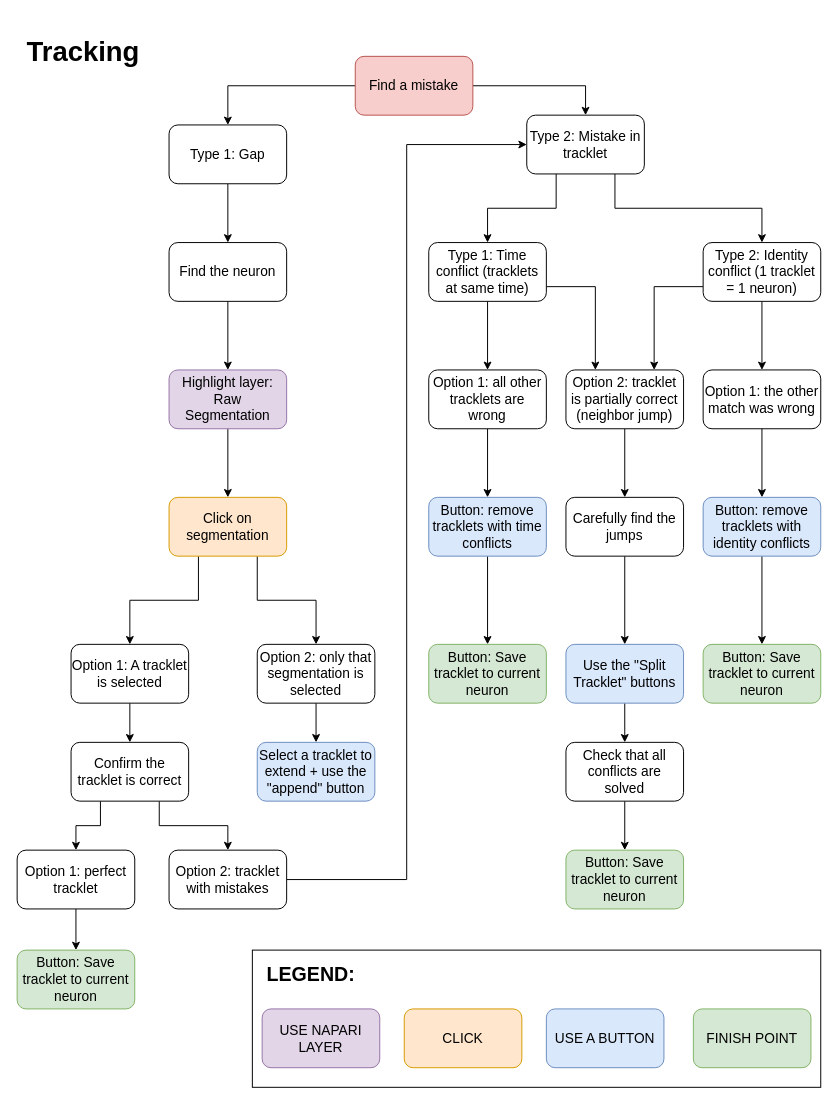
The draw.io diagram page "Tracking_workflow" (2 of 2) of DLC_for_WBFM/gui/workflow_diagrams.drawio in ch9nuk9/wbfm, before the edit. Source tidied: cells renumbered, new cells numbered last; positions are measured from the earlier drawing's top-left corner, leaving out a move shared by most shapes. Both pictures are drawn from the tidied source at 98%, with x=0, y=0 at pixel (17, 26).
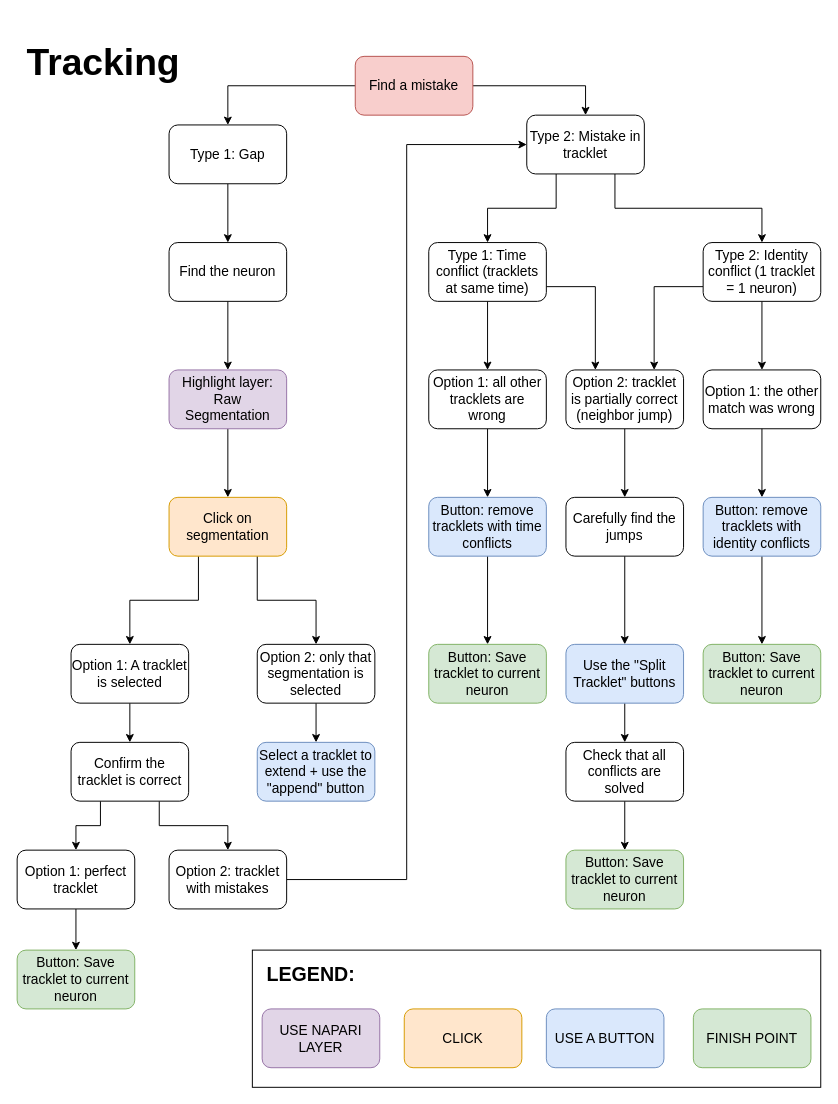
The same page after the edit.

What changed in the source:
```diff
@@
-    <mxCell id="61" value="&lt;h1&gt;Tracking&lt;/h1&gt;" style="text;html=1;strokeColor=none;fillColor=none;spacing=5;spacingTop=-20;whiteSpace=wrap;overflow=hidden;rounded=0;fontSize=14;" parent="1" vertex="1">
-      <mxGeometry x="5" width="270" height="60" as="geometry" />
+    <mxCell id="61" value="&lt;h1 style=&quot;font-size: 38px;&quot;&gt;Tracking&lt;/h1&gt;" style="text;html=1;strokeColor=none;fillColor=none;spacing=5;spacingTop=-20;whiteSpace=wrap;overflow=hidden;rounded=0;fontSize=38;" parent="1" vertex="1">
+      <mxGeometry x="5" width="270" height="90" as="geometry" />
     </mxCell>
```
